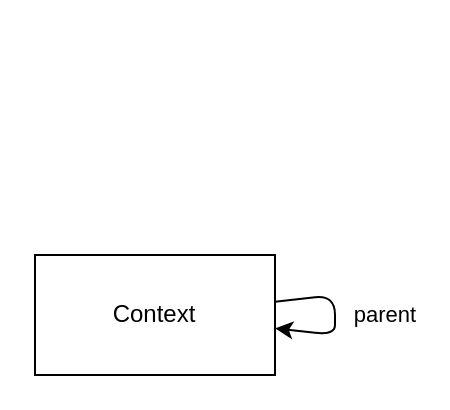
Above: page "P0: Context" (1 of 4) of content/docs/model/images/model-entities.drawio in emeland-io/book (draw.io), before the change. Source tidied: cells renumbered, new cells numbered last; positions are measured from the earlier drawing's top-left corner, leaving out a move shared by most shapes. Both pictures are drawn from the tidied source at 200%, with x=0, y=0 at pixel (34, 254).
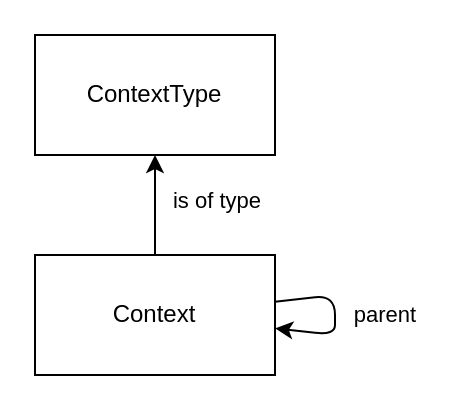
After the change.

Commit message (it also covers changes not shown here):
add context type to model

Change to the diagram source:
```diff
@@
 <mxGraphModel>
   <root>
     <mxCell id="0" />
     <mxCell id="1" parent="0" />
+    <mxCell id="5" style="edgeStyle=none;html=1;" parent="1" edge="1" source="2" target="7">
+      <mxGeometry relative="1" as="geometry" />
+    </mxCell>
+    <mxCell id="6" value="is of type" style="edgeLabel;html=1;align=center;verticalAlign=middle;" parent="5" vertex="1">
+      <mxGeometry x="0.1" relative="1" as="geometry">
+        <mxPoint x="30" as="offset" />
+      </mxGeometry>
+    </mxCell>
     <mxCell id="2" value="Context" style="rounded=0;whiteSpace=wrap;html=1;" parent="1" vertex="1">
       <mxGeometry width="120" height="60" as="geometry" />
     </mxCell>
     <mxCell id="3" style="edgeStyle=none;html=1;elbow=vertical;" parent="1" edge="1" source="2" target="2">
       <mxGeometry relative="1" as="geometry">
         <Array as="points">
           <mxPoint x="150" y="30" />
         </Array>
       </mxGeometry>
     </mxCell>
     <mxCell id="4" value="parent" style="edgeLabel;html=1;align=center;verticalAlign=middle;" parent="3" vertex="1">
       <mxGeometry x="0.52" y="-1" relative="1" as="geometry">
         <mxPoint x="35" y="-8" as="offset" />
       </mxGeometry>
     </mxCell>
+    <mxCell id="7" value="ContextType" style="rounded=0;whiteSpace=wrap;html=1;" parent="1" vertex="1">
+      <mxGeometry y="-110" width="120" height="60" as="geometry" />
+    </mxCell>
   </root>
 </mxGraphModel>
```
